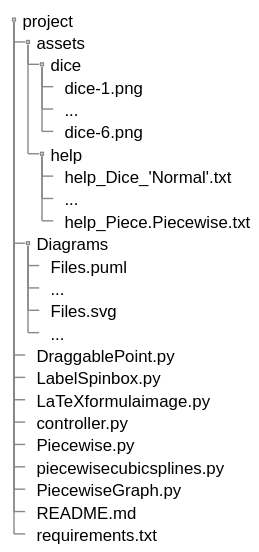
adaree1112/project keeps this PlantUML diagram as Diagrams/Files.svg. Above is the earlier version. Its diagram source:
```plantuml
@startsalt
{
{T
+ project
++ assets
+++ dice
++++ dice-1.png
++++ ...
++++ dice-6.png
+++ help
++++ help_Dice_'Normal'.txt
++++...
++++ help_Piece.Piecewise.txt
++ Diagrams
+++ Files.puml
+++ ...
+++ Files.svg
+++ ...
++ DraggablePoint.py
++ LabelSpinbox.py
++ LaTeXformulaimage.py
++ controller.py
++ Piecewise.py
++ piecewisecubicsplines.py
++ PiecewiseGraph.py
++ README.md
++ requirements.txt
}
}
@endsalt
```
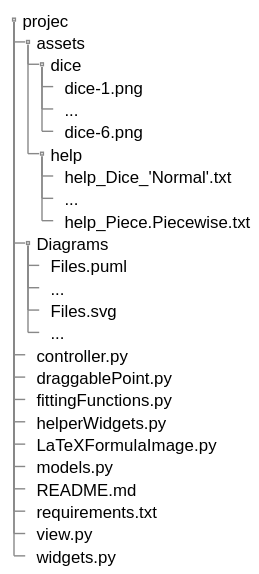
The same file after the commit.

The edit, as a diff of the source:
```diff
@@ -1,7 +1,7 @@
 @startsalt
 {
 {T
-+ project
++ projec
 ++ assets
 +++ dice
 ++++ dice-1.png
@@ -16,15 +16,16 @@
 +++ ...
 +++ Files.svg
 +++ ...
-++ DraggablePoint.py
-++ LabelSpinbox.py
-++ LaTeXformulaimage.py
 ++ controller.py
-++ Piecewise.py
-++ piecewisecubicsplines.py
-++ PiecewiseGraph.py
+++ draggablePoint.py
+++ fittingFunctions.py
+++ helperWidgets.py
+++ LaTeXFormulaImage.py
+++ models.py
 ++ README.md
 ++ requirements.txt
+++ view.py
+++ widgets.py
 }
 }
 @endsalt
```
